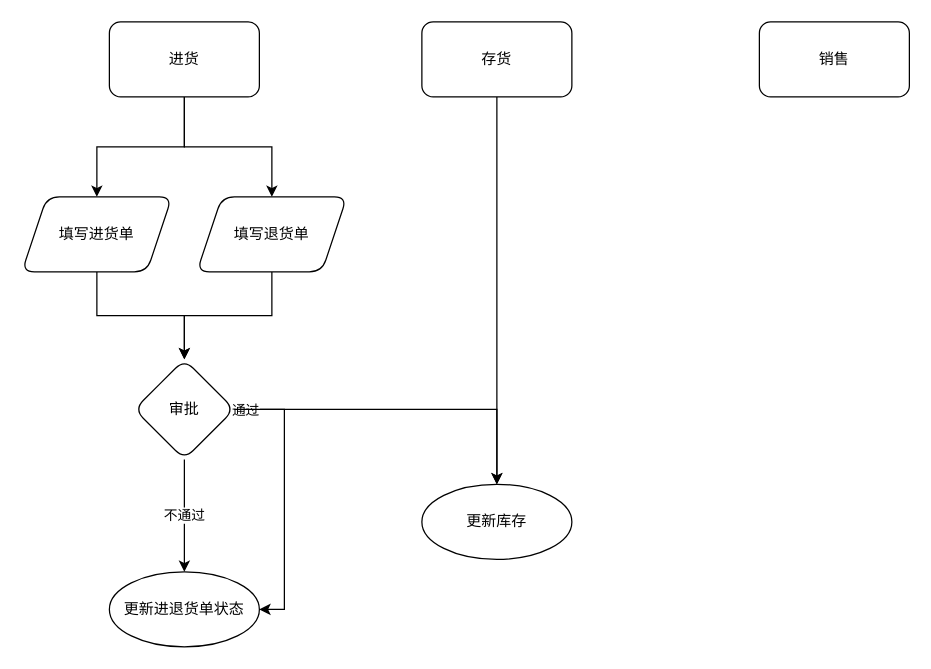
Earlier version of the draw.io diagram 随便流程图.drawio (fjx5762/coding-note). Source tidied: cells renumbered, new cells numbered last; positions are measured from the earlier drawing's top-left corner, leaving out a move shared by most shapes. Both pictures are drawn from the tidied source at 125%, with x=0, y=0 at pixel (21, 21).
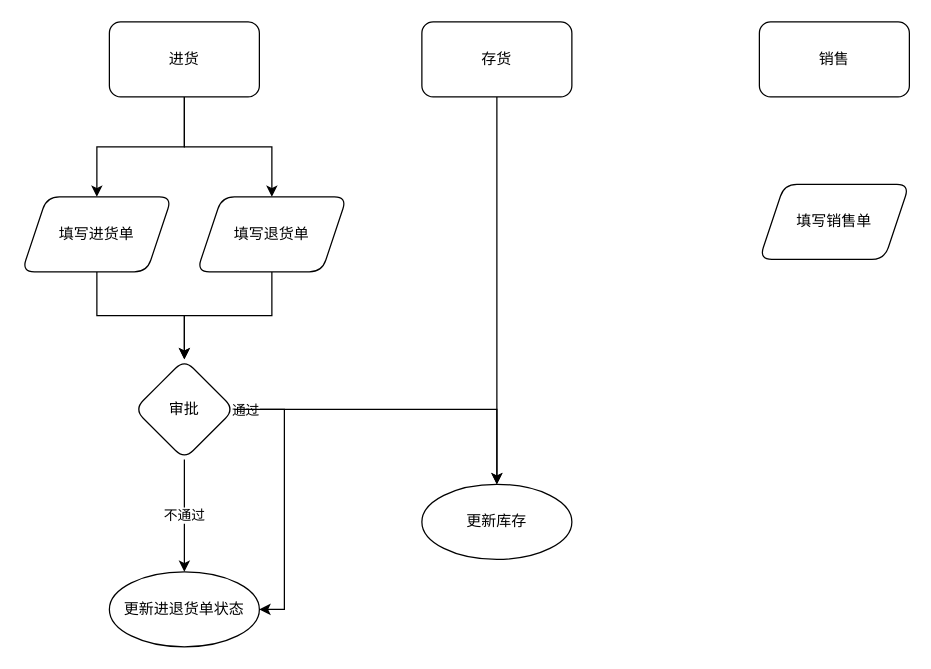
The same diagram, later.

Commit message (it also covers changes not shown here):
更新随便流程图.drawio

Change to the diagram source:
```diff
@@
+    <mxCell id="19" value="填写销售单" style="shape=parallelogram;perimeter=parallelogramPerimeter;whiteSpace=wrap;html=1;fixedSize=1;rounded=1;" parent="1" vertex="1">
+      <mxGeometry x="590" y="130" width="120" height="60" as="geometry" />
+    </mxCell>
```
